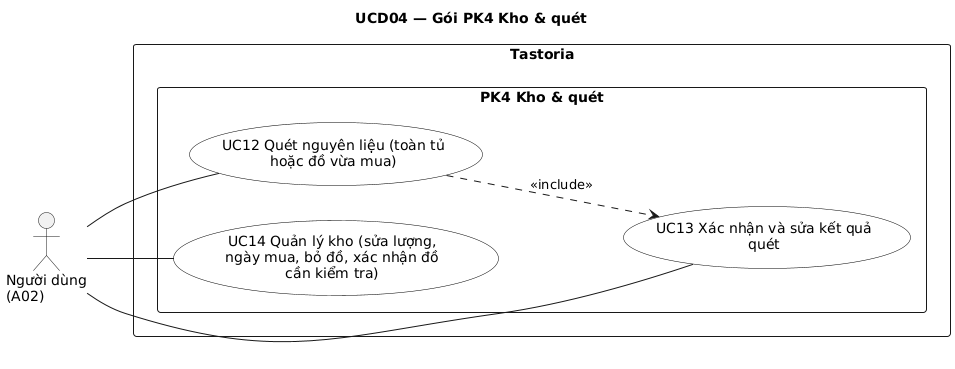
The PlantUML diagram docs/uml/out/usecase/UCD04-kho-quet.png in NamBuw/Tastoria, before a commit.
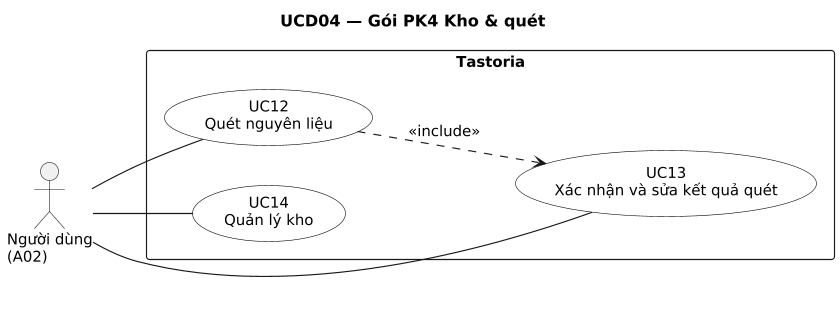
After the commit.

What changed in the source:
```diff
@@ -1,5 +1,10 @@
 @startuml
 title UCD04 — Gói PK4 Kho & quét
+skinparam shadowing false
+skinparam defaultFontName DejaVu Sans
+skinparam defaultFontSize 13
+skinparam dpi 110
+
 left to right direction
 skinparam packageStyle rectangle
 skinparam actorStyle stick
@@ -9,18 +14,14 @@
 }
 
 actor "Người dùng\n(A02)" as A02
-
 rectangle "Tastoria" {
-  package "PK4 Kho & quét" as PK4 {
-    usecase "UC12 Quét nguyên liệu (toàn tủ\nhoặc đồ vừa mua)" as UC12
-    usecase "UC13 Xác nhận và sửa kết quả\nquét" as UC13
-    usecase "UC14 Quản lý kho (sửa lượng,\nngày mua, bỏ đồ, xác nhận đồ\ncần kiểm tra)" as UC14
-  }
+  usecase "UC12\nQuét nguyên liệu" as UC12
+  usecase "UC13\nXác nhận và sửa kết quả quét" as UC13
+  usecase "UC14\nQuản lý kho" as UC14
 }
 
 A02 -- UC12
 A02 -- UC13
 A02 -- UC14
-
 UC12 ..> UC13 : <<include>>
 @enduml
```
